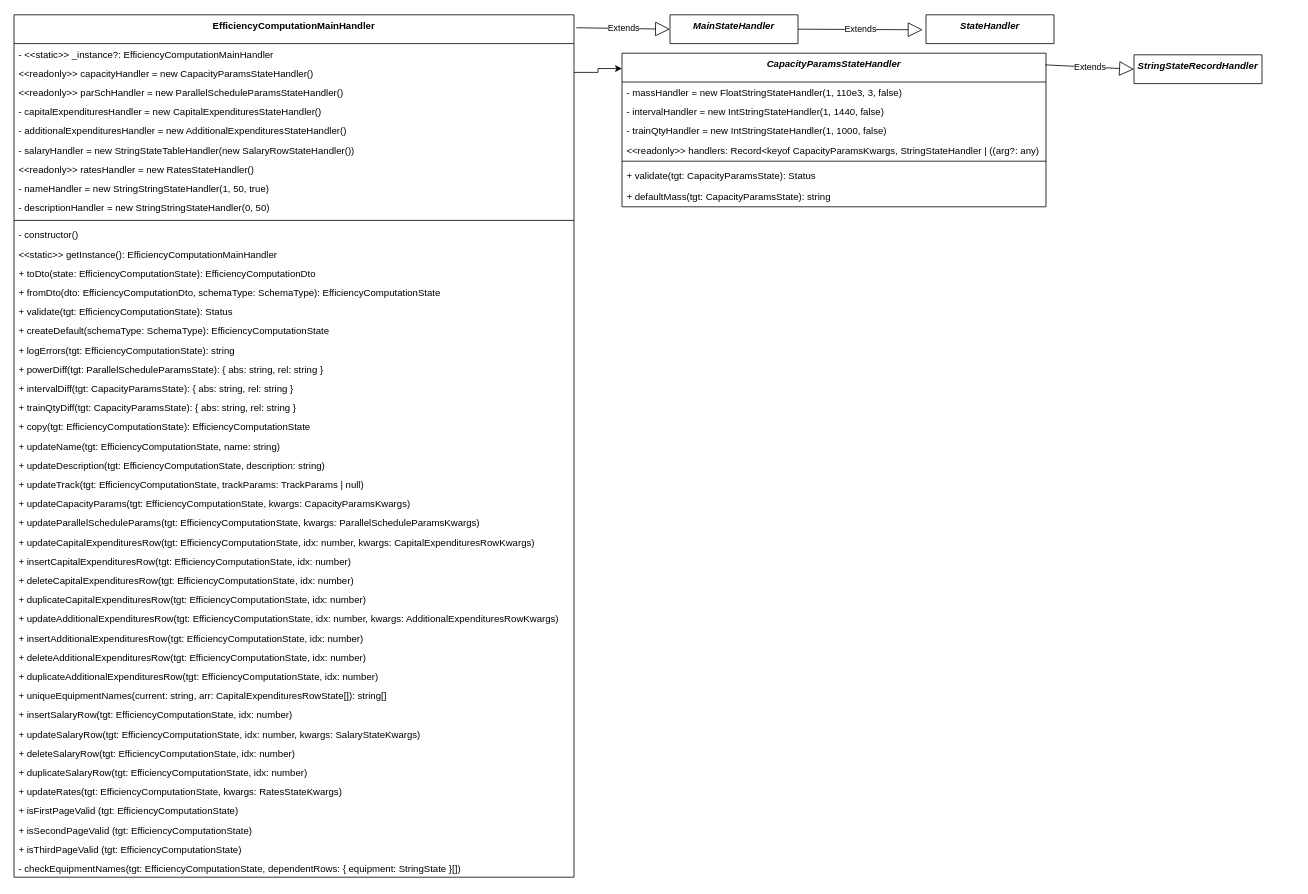
orlov-oleg-developer/asuter-UML keeps this draw.io diagram as page "Экономика" (2 of 2) of Модель.drawio. Above is the earlier version. Source tidied: cells renumbered, new cells numbered last; positions are measured from the earlier drawing's top-left corner, leaving out a move shared by most shapes. Both pictures are drawn from the tidied source at 80%, with x=0, y=0 at pixel (14, 14).
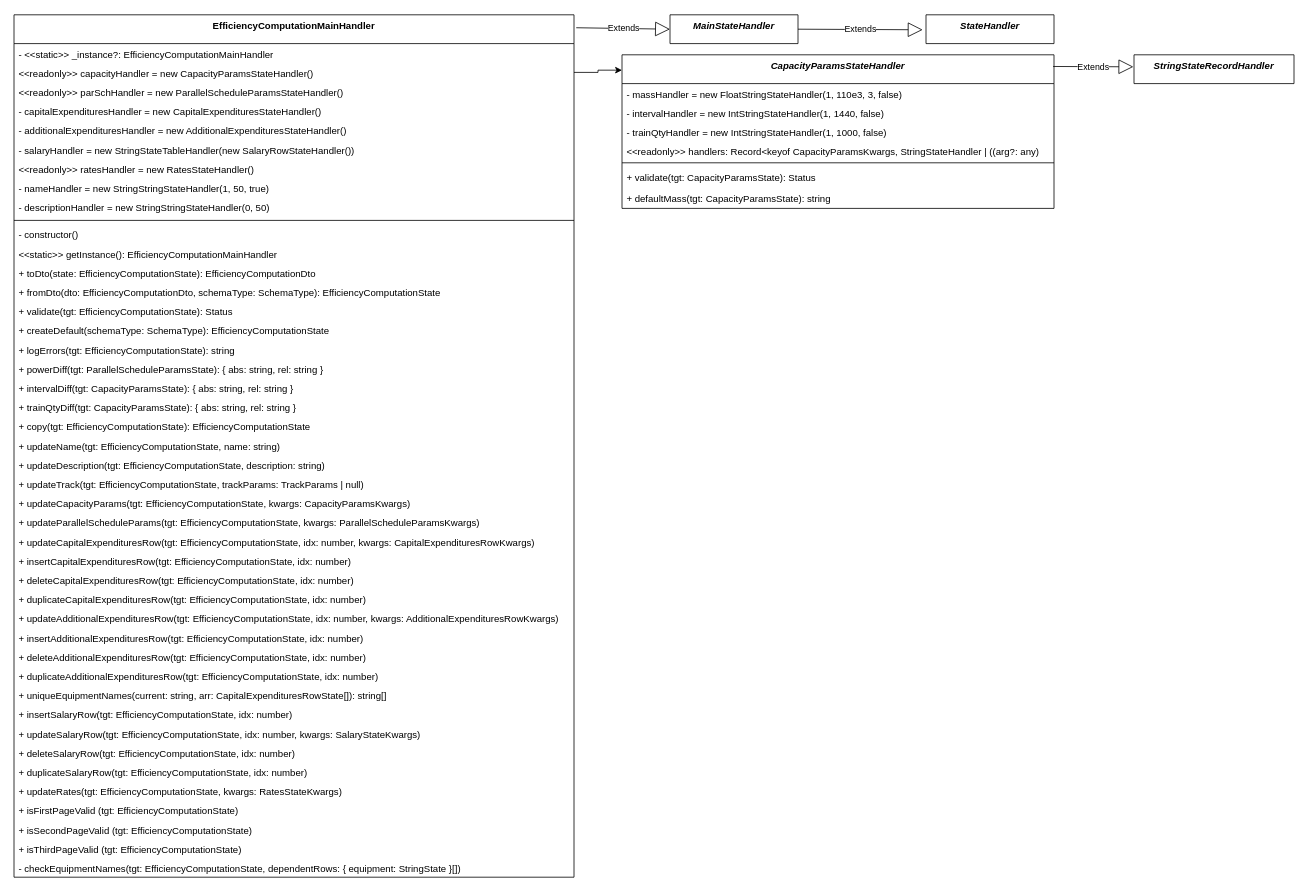
The same diagram, later.

The edit, as a diff of the source:
```diff
@@
     <mxCell id="51" value="CapacityParamsStateHandler" style="swimlane;fontStyle=3;align=center;verticalAlign=top;horizontal=1;startSize=36;rounded=0;shadow=0;strokeWidth=1;" parent="1" vertex="1">
-      <mxGeometry x="760" y="48" width="530" height="192" as="geometry" />
+      <mxGeometry x="760" y="50" width="540" height="192" as="geometry" />
     </mxCell>
     <mxCell id="52" value="- massHandler = new FloatStringStateHandler(1, 110e3, 3, false)" style="text;align=left;verticalAlign=top;spacingLeft=4;spacingRight=4;overflow=hidden;" parent="51" vertex="1">
-      <mxGeometry y="36" width="530" height="24" as="geometry" />
+      <mxGeometry y="36" width="540" height="24" as="geometry" />
     </mxCell>
     <mxCell id="53" value="- intervalHandler = new IntStringStateHandler(1, 1440, false)" style="text;align=left;verticalAlign=top;spacingLeft=4;spacingRight=4;overflow=hidden;" parent="51" vertex="1">
-      <mxGeometry y="60" width="530" height="24" as="geometry" />
+      <mxGeometry y="60" width="540" height="24" as="geometry" />
     </mxCell>
     <mxCell id="54" value="- trainQtyHandler = new IntStringStateHandler(1, 1000, false)" style="text;align=left;verticalAlign=top;spacingLeft=4;spacingRight=4;overflow=hidden;" parent="51" vertex="1">
-      <mxGeometry y="84" width="530" height="24" as="geometry" />
+      <mxGeometry y="84" width="540" height="24" as="geometry" />
     </mxCell>
     <mxCell id="55" value="&lt;&lt;readonly&gt;&gt; handlers: Record&lt;keyof CapacityParamsKwargs, StringStateHandler | ((arg?: any)" style="text;align=left;verticalAlign=top;spacingLeft=4;spacingRight=4;overflow=hidden;" parent="51" vertex="1">
-      <mxGeometry y="108" width="530" height="22" as="geometry" />
+      <mxGeometry y="108" width="540" height="22" as="geometry" />
     </mxCell>
     <mxCell id="56" style="line;html=1;strokeWidth=1;align=left;verticalAlign=middle;spacingTop=-1;spacingLeft=3;spacingRight=3;labelPosition=right;" parent="51" vertex="1">
-      <mxGeometry y="130" width="530" height="10" as="geometry" />
+      <mxGeometry y="130" width="540" height="10" as="geometry" />
     </mxCell>
     <mxCell id="57" value="+ validate(tgt: CapacityParamsState): Status" style="text;align=left;verticalAlign=top;spacingLeft=4;spacingRight=4;overflow=hidden;" parent="51" vertex="1">
-      <mxGeometry y="140" width="530" height="26" as="geometry" />
+      <mxGeometry y="140" width="540" height="26" as="geometry" />
     </mxCell>
     <mxCell id="58" value="+ defaultMass(tgt: CapacityParamsState): string" style="text;align=left;verticalAlign=top;spacingLeft=4;spacingRight=4;overflow=hidden;" parent="51" vertex="1">
-      <mxGeometry y="166" width="530" height="26" as="geometry" />
+      <mxGeometry y="166" width="540" height="26" as="geometry" />
     </mxCell>
@@
-    <mxCell id="60" value="Extends" style="endArrow=block;endSize=16;endFill=0;html=1;rounded=0;exitX=0.998;exitY=0.076;exitDx=0;exitDy=0;exitPerimeter=0;entryX=0;entryY=0.5;entryDx=0;entryDy=0;" parent="1" edge="1" source="51" target="61">
+    <mxCell id="60" value="Extends" style="endArrow=block;endSize=16;endFill=0;html=1;rounded=0;exitX=0.998;exitY=0.076;exitDx=0;exitDy=0;exitPerimeter=0;entryX=-0.004;entryY=0.417;entryDx=0;entryDy=0;entryPerimeter=0;" parent="1" edge="1" source="51" target="61">
       <mxGeometry relative="1" as="geometry" />
     </mxCell>
     <mxCell id="61" value="StringStateRecordHandler" style="swimlane;fontStyle=3;align=center;verticalAlign=top;horizontal=1;startSize=36;rounded=0;shadow=0;strokeWidth=1;" parent="1" vertex="1" collapsed="1">
-      <mxGeometry x="1400" y="50" width="160" height="36" as="geometry" />
+      <mxGeometry x="1400" y="50" width="200" height="36" as="geometry" />
     </mxCell>
```
